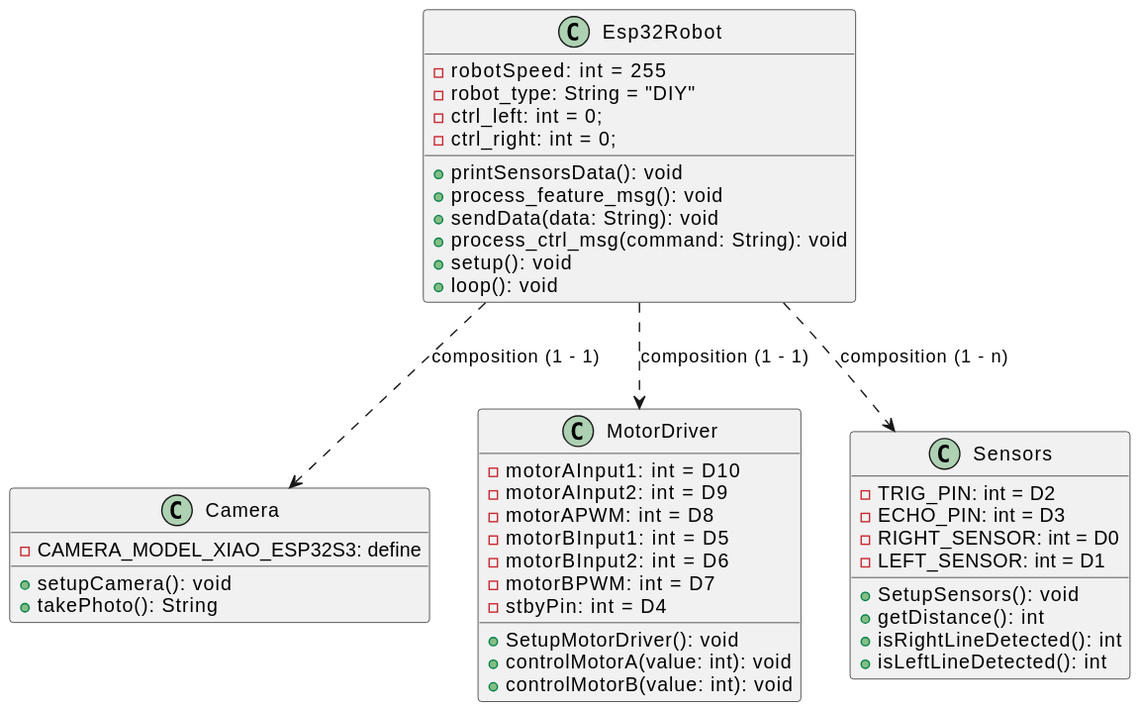
Above: Esp32Robot/Design/UML.svg in LeonelCamposM/SerialRobot (PlantUML), before the change. Its diagram source:
```plantuml
@startuml
class Camera {
    - CAMERA_MODEL_XIAO_ESP32S3: define
    + setupCamera(): void
    + takePhoto(): String
}

class Esp32Robot {
    - robotSpeed: int = 255
    - robot_type: String = "DIY"
    - ctrl_left: int = 0;
    - ctrl_right: int = 0;
    + printSensorsData(): void
    + process_feature_msg(): void
    + sendData(data: String): void
    + process_ctrl_msg(command: String): void
    + setup(): void
    + loop(): void
}

class MotorDriver {
    - motorAInput1: int = D10
    - motorAInput2: int = D9
    - motorAPWM: int = D8
    - motorBInput1: int = D5
    - motorBInput2: int = D6
    - motorBPWM: int = D7
    - stbyPin: int = D4
    + SetupMotorDriver(): void
    + controlMotorA(value: int): void
    + controlMotorB(value: int): void
}

class Sensors {
    - TRIG_PIN: int = D2
    - ECHO_PIN: int = D3
    - RIGHT_SENSOR: int = D0
    - LEFT_SENSOR: int = D1
    + SetupSensors(): void
    + getDistance(): int
    + isRightLineDetected(): int
    + isLeftLineDetected(): int
}

Esp32Robot ..> Sensors : composition (1 - n)
Esp32Robot ..> MotorDriver : composition (1 - 1)
Esp32Robot ..> Camera : composition (1 - 1)
@enduml
```
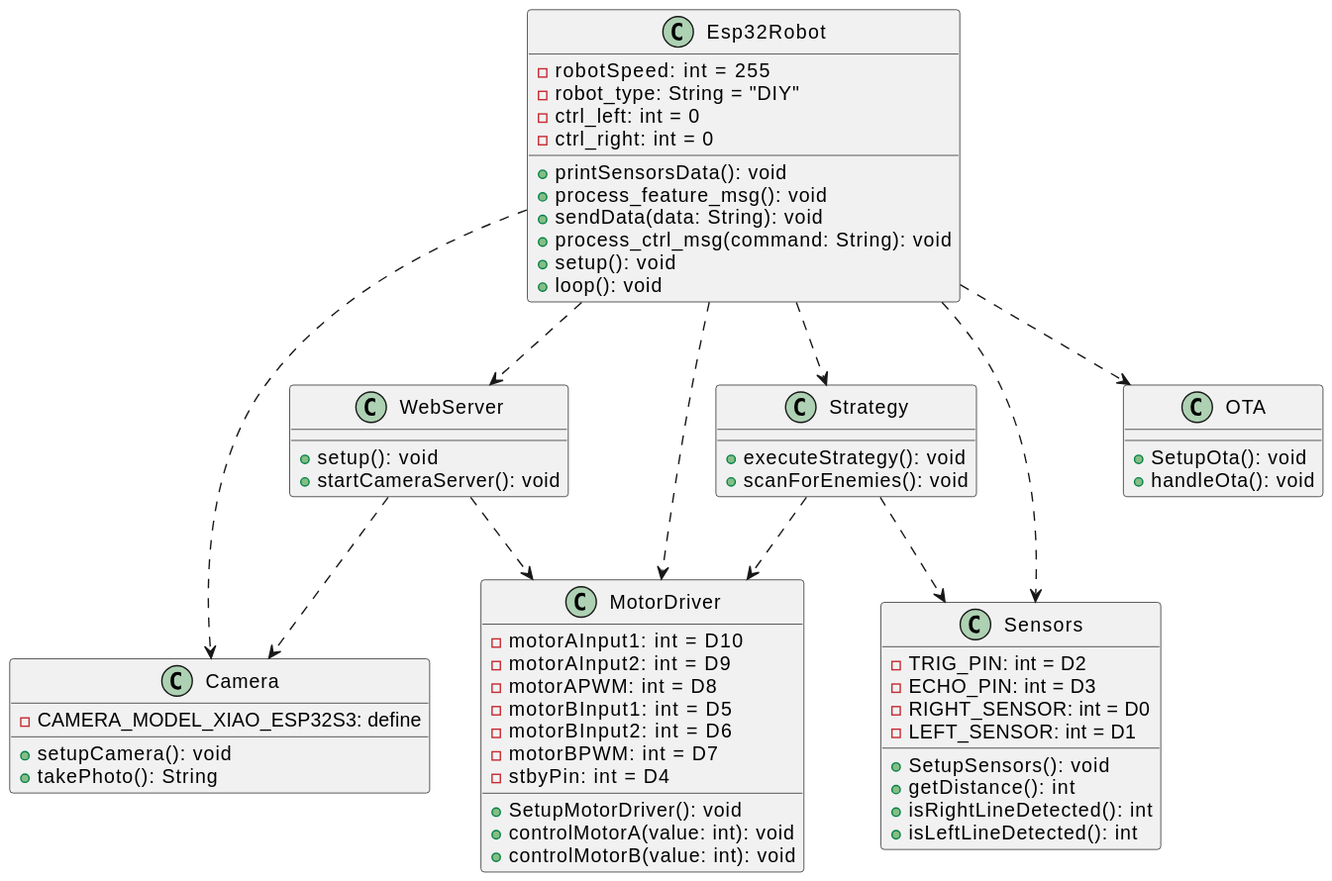
After the change.

Commit message:
add new classes to design

Change to the diagram source:
```diff
@@ -8,8 +8,8 @@
 class Esp32Robot {
     - robotSpeed: int = 255
     - robot_type: String = "DIY"
-    - ctrl_left: int = 0;
-    - ctrl_right: int = 0;
+    - ctrl_left: int = 0
+    - ctrl_right: int = 0
     + printSensorsData(): void
     + process_feature_msg(): void
     + sendData(data: String): void
@@ -42,7 +42,31 @@
     + isLeftLineDetected(): int
 }
 
-Esp32Robot ..> Sensors : composition (1 - n)
-Esp32Robot ..> MotorDriver : composition (1 - 1)
-Esp32Robot ..> Camera : composition (1 - 1)
+class Strategy {
+    + executeStrategy(): void
+    + scanForEnemies(): void
+}
+
+class OTA {
+    + SetupOta(): void
+    + handleOta(): void
+}
+
+class WebServer {
+    + setup(): void
+    + startCameraServer(): void
+}
+
+Esp32Robot ..> Sensors
+Esp32Robot ..> MotorDriver
+Esp32Robot ..> Camera
+Esp32Robot ..> OTA
+Esp32Robot ..> Strategy
+
+Strategy ..> Sensors
+Strategy ..> MotorDriver
+
+Esp32Robot ..> WebServer
+WebServer ..> MotorDriver
+WebServer ..> Camera
 @enduml
```
